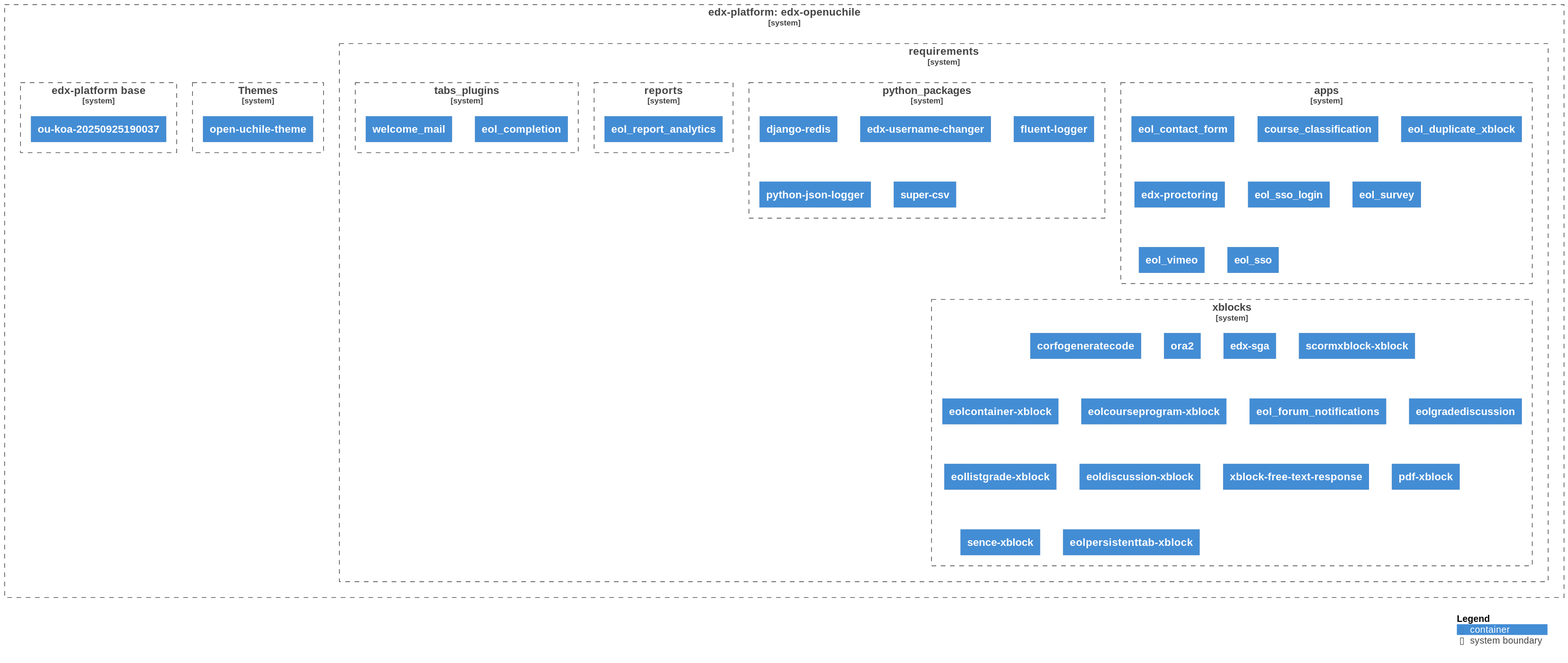
Above: diagrams/diagram.svg in eol-uchile/edx-openuchile (PlantUML), before the change.
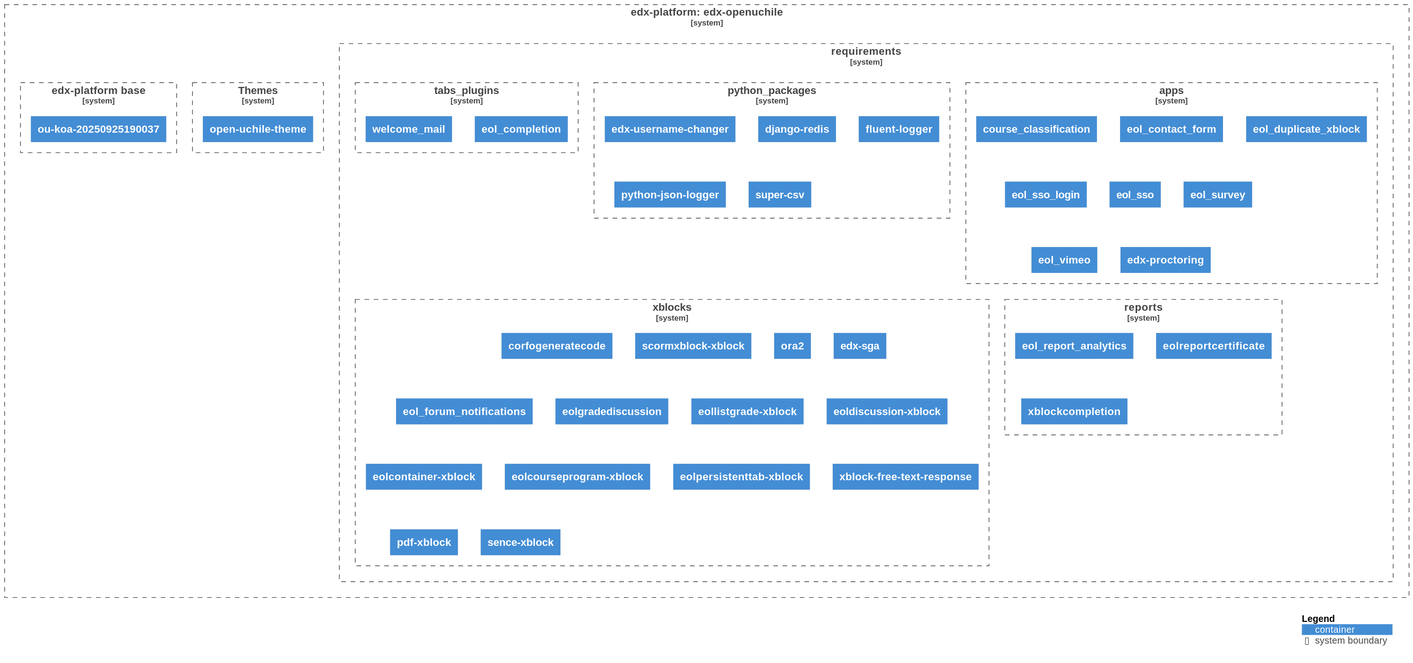
After the commit.

Commit message:
chore: Auto-generate UML diagram

The edit, as a diff of the source:
```diff
@@ -9,29 +9,29 @@
 
             System_Boundary(apps, "apps", $link="https://github.com/eol-uchile/edx-openuchile/blob/openuchile-release/koa/requirements/apps.txt") {
 
-                Container(apps1, "eol_contact_form", $link="https://github.com/eol-uchile/eol_contact_form/releases/tag/0.5.3")
+                Container(apps1, "course_classification", $link="https://github.com/eol-uchile/course_classification/releases/tag/1.2.1")
 
-                Container(apps2, "course_classification", $link="https://github.com/eol-uchile/course_classification/releases/tag/1.2.1")
+                Container(apps2, "eol_contact_form", $link="https://github.com/eol-uchile/eol_contact_form/releases/tag/0.5.3")
 
                 Container(apps3, "eol_duplicate_xblock", $link="https://github.com/eol-uchile/eol_duplicate_xblock/releases/tag/1.0.0")
 
-                Container(apps4, "edx-proctoring", $link="https://github.com/openedx/edx-proctoring/releases/tag/2.6.7")
+                Container(apps4, "eol_sso_login", $link="https://github.com/eol-uchile/eol_sso_login/releases/tag/0.1.1")
 
-                Container(apps5, "eol_sso_login", $link="https://github.com/eol-uchile/eol_sso_login/releases/tag/0.1.1")
+                Container(apps5, "eol_sso", $link="https://github.com/eol-uchile/eol_sso/releases/tag/1.2.0")
 
-                Container(apps6, "eol_survey", $link="https://github.com/eol-uchile/eol_survey/releases/tag/1.0.0")
+                Container(apps6, "eol_survey", $link="https://github.com/eol-uchile/eol_survey/releases/tag/3.1.0")
 
                 Container(apps7, "eol_vimeo", $link="https://github.com/eol-uchile/eol_vimeo/releases/tag/1.0.1")
 
-                Container(apps8, "eol_sso", $link="https://github.com/eol-uchile/eol_sso/releases/tag/1.0.1")
+                Container(apps8, "edx-proctoring", $link="https://github.com/openedx/edx-proctoring/releases/tag/2.6.7")
 
             }
 
             System_Boundary(python_packages, "python_packages", $link="https://github.com/eol-uchile/edx-openuchile/blob/openuchile-release/koa/requirements/python_packages.txt") {
 
-                Container(python_packages1, "django-redis")
+                Container(python_packages1, "edx-username-changer", $link="https://github.com/mitodl/edx-username-changer.git/releases/tag/main")
 
-                Container(python_packages2, "edx-username-changer", $link="https://github.com/mitodl/edx-username-changer.git/releases/tag/main")
+                Container(python_packages2, "django-redis")
 
                 Container(python_packages3, "fluent-logger")
 
@@ -43,13 +43,17 @@
 
             System_Boundary(reports, "reports", $link="https://github.com/eol-uchile/edx-openuchile/blob/openuchile-release/koa/requirements/reports.txt") {
 
-                Container(reports1, "eol_report_analytics", $link="https://github.com/eol-uchile/eol_report_analytics/releases/tag/0.0.1")
+                Container(reports1, "eol_report_analytics", $link="https://github.com/eol-uchile/eol_report_analytics/releases/tag/2.1.0")
+
+                Container(reports2, "eolreportcertificate", $link="https://github.com/eol-uchile/eol_report_certificate/releases/tag/2.1.1")
+
+                Container(reports3, "xblockcompletion", $link="https://github.com/eol-uchile/eol_xblock_completion/releases/tag/1.1.0")
 
             }
 
             System_Boundary(tabs_plugins, "tabs_plugins", $link="https://github.com/eol-uchile/edx-openuchile/blob/openuchile-release/koa/requirements/tabs_plugins.txt") {
 
-                Container(tabs_plugins1, "eol_completion", $link="https://github.com/eol-uchile/eol_completion/releases/tag/0.0.1+open")
+                Container(tabs_plugins1, "eol_completion", $link="https://github.com/eol-uchile/eol_completion/releases/tag/2.0.0")
 
                 Container(tabs_plugins2, "welcome_mail", $link="https://github.com/eol-uchile/eol_welcome_mail/releases/tag/0.0.1")
 
@@ -59,31 +63,31 @@
 
                 Container(xblocks1, "corfogeneratecode", $link="https://github.com/eol-uchile/corfo_generate_code/commit/a6b171148ba7278c05c664f0eb41f52743634bd2")
 
-                Container(xblocks2, "ora2", $link="https://github.com/eol-uchile/edx-ora2.git/commit/e873498bd2671b830f19a2441ec1608b7d4bbbc4")
+                Container(xblocks2, "scormxblock-xblock", $link="https://github.com/eol-uchile/edx_xblock_scorm/commit/c23184c0e22a7847f0b0c917bbe431c2973770fb")
 
-                Container(xblocks3, "edx-sga", $link="https://github.com/eol-uchile/edx-sga/releases/tag/0.10.0+eol3.1.2")
+                Container(xblocks3, "ora2", $link="https://github.com/eol-uchile/edx-ora2.git/commit/e873498bd2671b830f19a2441ec1608b7d4bbbc4")
 
-                Container(xblocks4, "scormxblock-xblock", $link="https://github.com/eol-uchile/edx_xblock_scorm/commit/c23184c0e22a7847f0b0c917bbe431c2973770fb")
+                Container(xblocks4, "edx-sga", $link="https://github.com/eol-uchile/edx-sga/releases/tag/0.10.0+eol3.1.2")
 
-                Container(xblocks5, "eolcontainer-xblock", $link="https://github.com/eol-uchile/eol-container-xblock.git/releases/tag/v1.0.0")
+                Container(xblocks5, "eol_forum_notifications", $link="https://github.com/eol-uchile/eol_forum_notifications/releases/tag/1.0.4")
 
-                Container(xblocks6, "eolcourseprogram-xblock", $link="https://github.com/eol-uchile/eol-course-program-xblock/releases/tag/0.1.1")
+                Container(xblocks6, "eolgradediscussion", $link="https://github.com/eol-uchile/eol_gradeforum_xblock/releases/tag/1.0.0")
 
-                Container(xblocks7, "eol_forum_notifications", $link="https://github.com/eol-uchile/eol_forum_notifications/releases/tag/1.0.4")
+                Container(xblocks7, "eollistgrade-xblock", $link="https://github.com/eol-uchile/eol_list_grade/releases/tag/1.0.0")
 
-                Container(xblocks8, "eolgradediscussion", $link="https://github.com/eol-uchile/eol_gradeforum_xblock/releases/tag/1.0.0")
+                Container(xblocks8, "eoldiscussion-xblock", $link="https://github.com/eol-uchile/eol_xblock_discussion/releases/tag/1.1.1")
 
-                Container(xblocks9, "eollistgrade-xblock", $link="https://github.com/eol-uchile/eol_list_grade/releases/tag/1.0.0")
+                Container(xblocks9, "eolcontainer-xblock", $link="https://github.com/eol-uchile/eol-container-xblock.git/releases/tag/v1.0.0")
 
-                Container(xblocks10, "eoldiscussion-xblock", $link="https://github.com/eol-uchile/eol_xblock_discussion/releases/tag/1.1.1")
+                Container(xblocks10, "eolcourseprogram-xblock", $link="https://github.com/eol-uchile/eol-course-program-xblock/releases/tag/0.1.1")
 
-                Container(xblocks11, "xblock-free-text-response", $link="https://github.com/eol-uchile/free-text-response/releases/tag/0.4.1")
+                Container(xblocks11, "eolpersistenttab-xblock", $link="https://github.com/eol-uchile/eol-persistent-tab-xblock/releases/tag/1.0.0")
 
-                Container(xblocks12, "pdf-xblock", $link="https://github.com/eol-uchile/pdfXBlock/releases/tag/v0.5.1")
+                Container(xblocks12, "xblock-free-text-response", $link="https://github.com/eol-uchile/free-text-response/releases/tag/0.4.1")
 
-                Container(xblocks13, "sence-xblock", $link="https://github.com/eol-uchile/sence-xblock/releases/tag/2.0.0")
+                Container(xblocks13, "pdf-xblock", $link="https://github.com/eol-uchile/pdfXBlock/releases/tag/v0.5.1")
 
-                Container(xblocks14, "eolpersistenttab-xblock", $link="https://github.com/eol-uchile/eol-persistent-tab-xblock/releases/tag/1.0.0")
+                Container(xblocks14, "sence-xblock", $link="https://github.com/eol-uchile/sence-xblock/releases/tag/2.0.0")
 
             }
 
```
